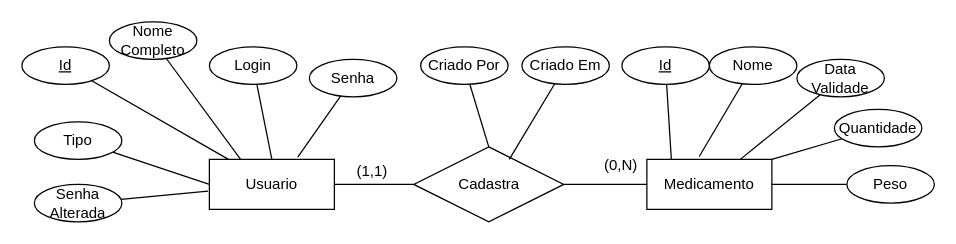
Before: documentacao/DiagramaBanco.drawio in MagnoBelloni/OrganizingToCare, a draw.io diagram. Source tidied: cells renumbered, new cells numbered last; positions are measured from the earlier drawing's top-left corner, leaving out a move shared by most shapes. Both pictures are drawn from the tidied source at 125%, with x=0, y=0 at pixel (21, 21).
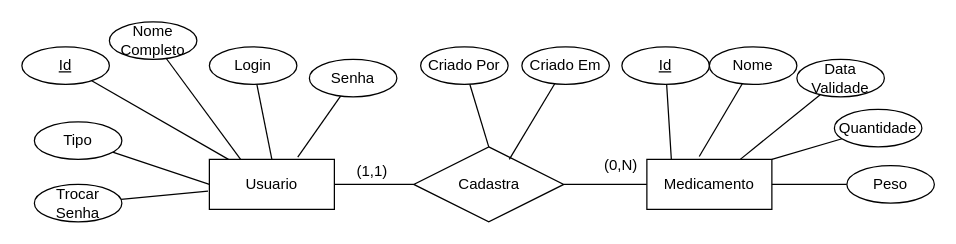
The same diagram, later.

What changed in the source:
```diff
@@
-    <mxCell id="34" value="Senha Alterada" style="ellipse;whiteSpace=wrap;html=1;" parent="1" vertex="1">
+    <mxCell id="34" value="Trocar Senha" style="ellipse;whiteSpace=wrap;html=1;" parent="1" vertex="1">
       <mxGeometry x="10" y="130" width="70" height="30" as="geometry" />
     </mxCell>
```
